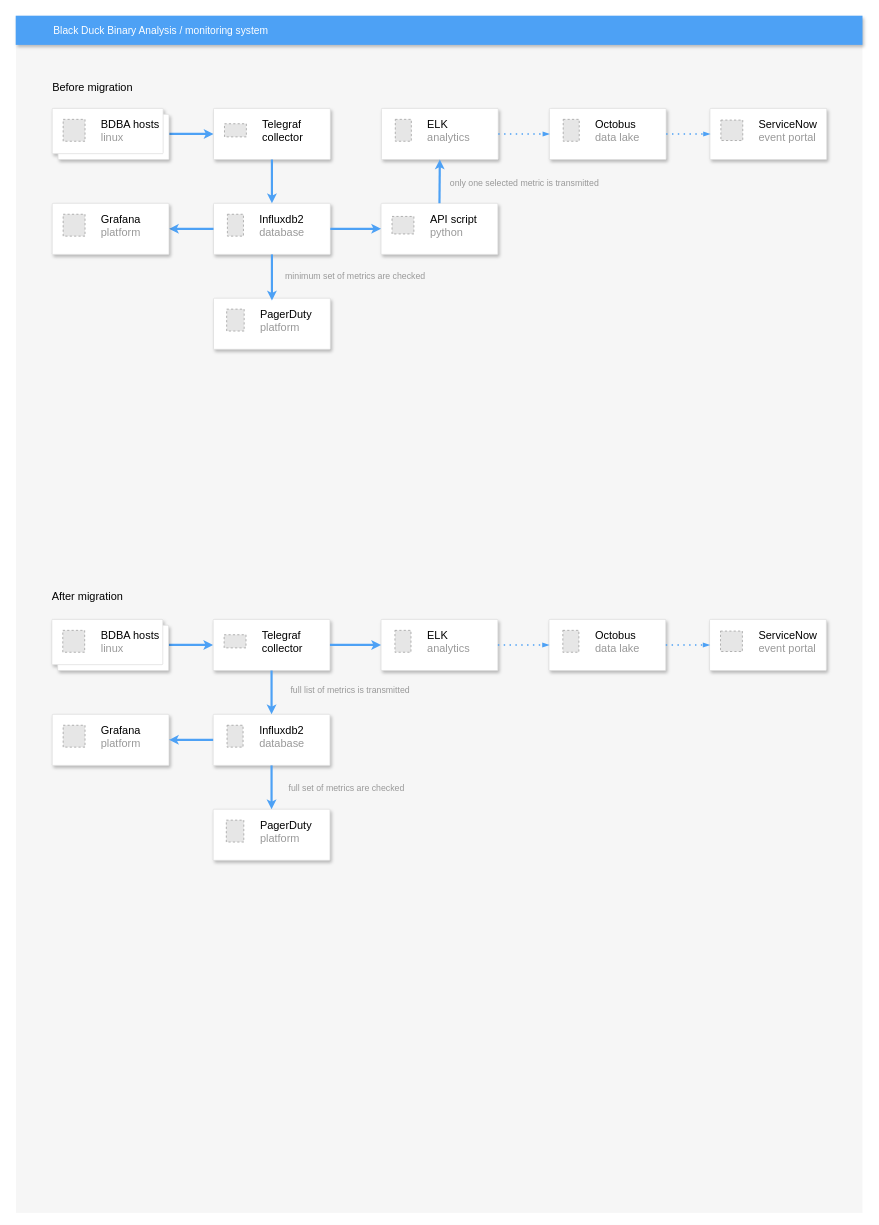
Above: elastic_kibana/Untitled Diagram.drawio in faxome/bdba_monitoring (draw.io), before the change. Source tidied: cells renumbered, new cells numbered last; positions are measured from the earlier drawing's top-left corner, leaving out a move shared by most shapes. Both pictures are drawn from the tidied source at 73%, with x=0, y=0 at pixel (15, 15). Pictures stored in the file or linked from it are replaced by grey dashed boxes.
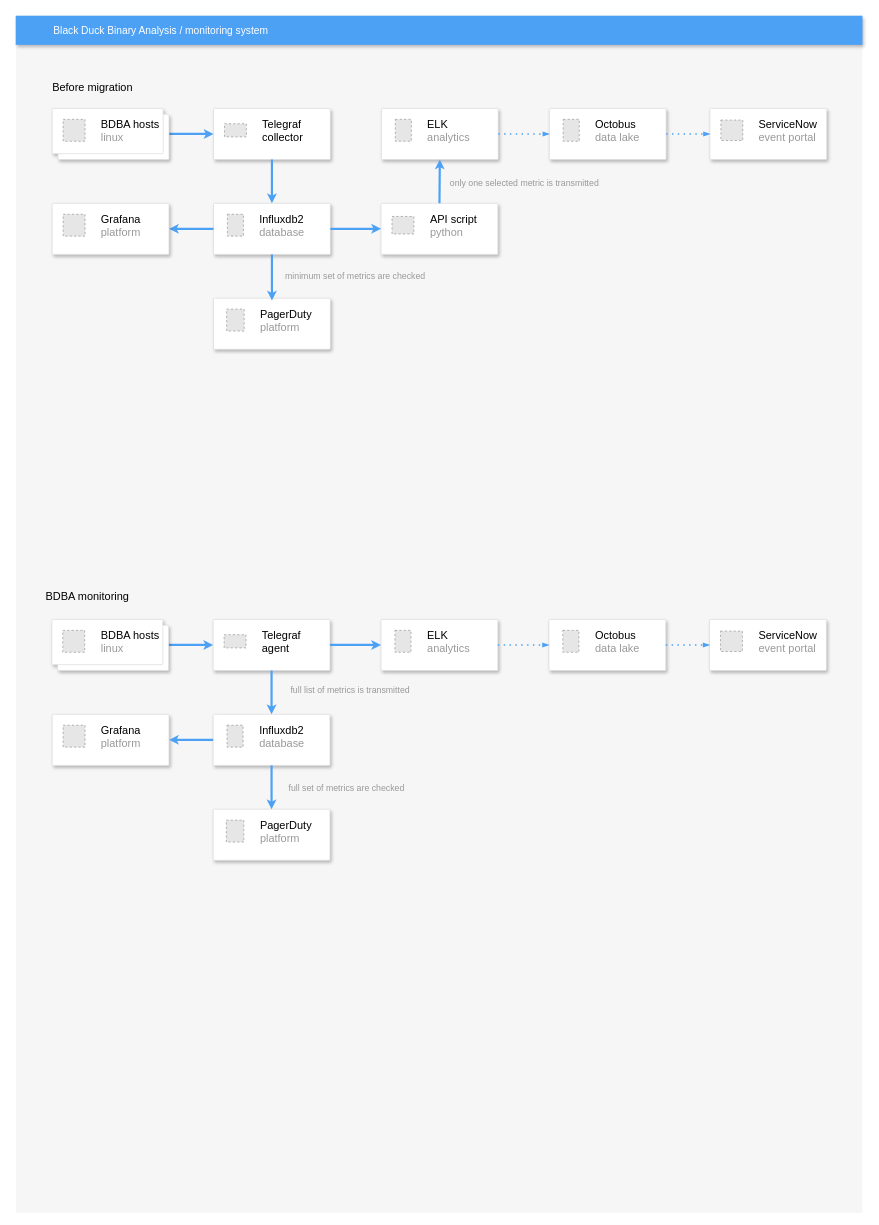
The same page after the edit.

Unchanged cells that the change refers to:
```xml
<mxCell id="6" style="strokeColor=#dddddd;shadow=1;strokeWidth=1;rounded=1;absoluteArcSize=1;arcSize=2;fontSize=15;" parent="1" vertex="1">
  <mxGeometry x="270.5" y="827" width="160" height="70" as="geometry" />
</mxCell>
```

Change to the diagram source:
```diff
@@
-    <mxCell id="7" value="Telegraf&#10;collector" style="fillColor=#E6E6E6;strokeColor=#999999;dashed=1;fontColor=#000000;verticalLabelPosition=middle;labelBackgroundColor=#ffffff;verticalAlign=middle;labelPosition=right;align=left;spacingLeft=20;fontSize=15;" parent="6" vertex="1">
+    <mxCell id="7" value="Telegraf&#10;agent" style="fillColor=#E6E6E6;strokeColor=#999999;dashed=1;fontColor=#000000;verticalLabelPosition=middle;labelBackgroundColor=#ffffff;verticalAlign=middle;labelPosition=right;align=left;spacingLeft=20;fontSize=15;" parent="6" vertex="1">
       <mxGeometry width="30" height="18" relative="1" as="geometry">
         <mxPoint x="15" y="21" as="offset" />
       </mxGeometry>
     </mxCell>
@@
-    <mxCell id="49" value="After migration" style="text;html=1;align=center;verticalAlign=middle;fillColor=none;strokeColor=none;rounded=0;fontSize=15;fontColor=#000000;" parent="1" vertex="1">
-      <mxGeometry x="43" y="785" width="110" height="20" as="geometry" />
+    <mxCell id="49" value="BDBA monitoring" style="text;html=1;align=center;verticalAlign=middle;fillColor=none;strokeColor=none;rounded=0;fontSize=15;fontColor=#000000;" parent="1" vertex="1">
+      <mxGeometry x="28" y="780" width="140" height="30" as="geometry" />
     </mxCell>
```
